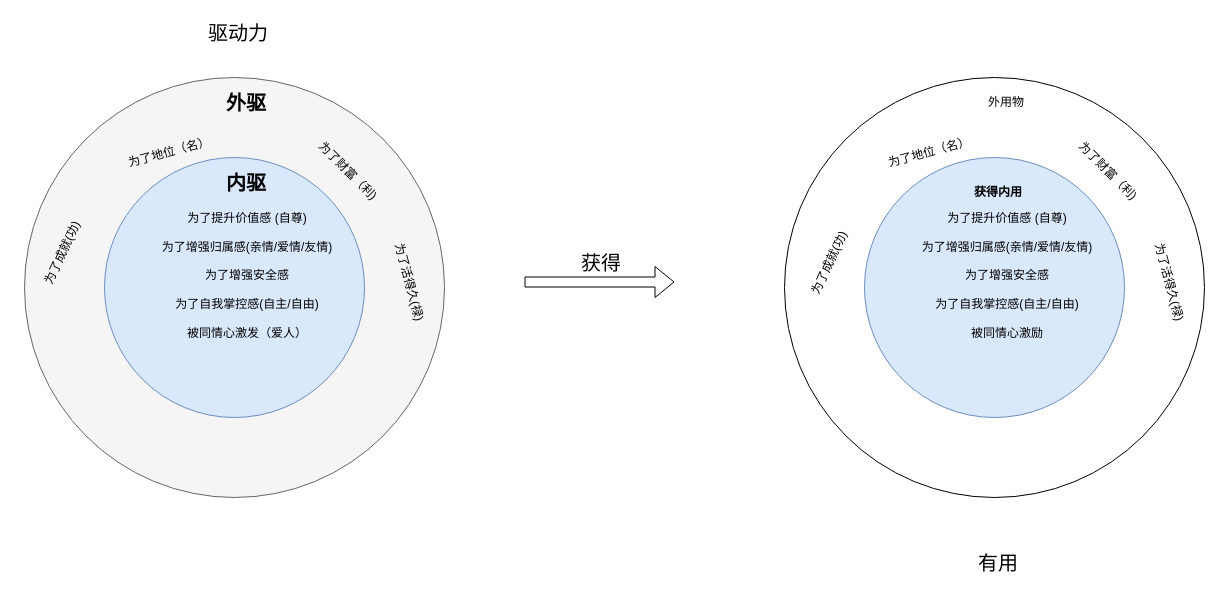
The draw.io diagram page "第 2 页" (2 of 3) of 十日谈.drawio in mashifei/uml, before the edit. Source tidied: cells renumbered, new cells numbered last; positions are measured from the earlier drawing's top-left corner, leaving out a move shared by most shapes. Both pictures are drawn from the tidied source at 100%, with x=0, y=0 at pixel (14, 17).
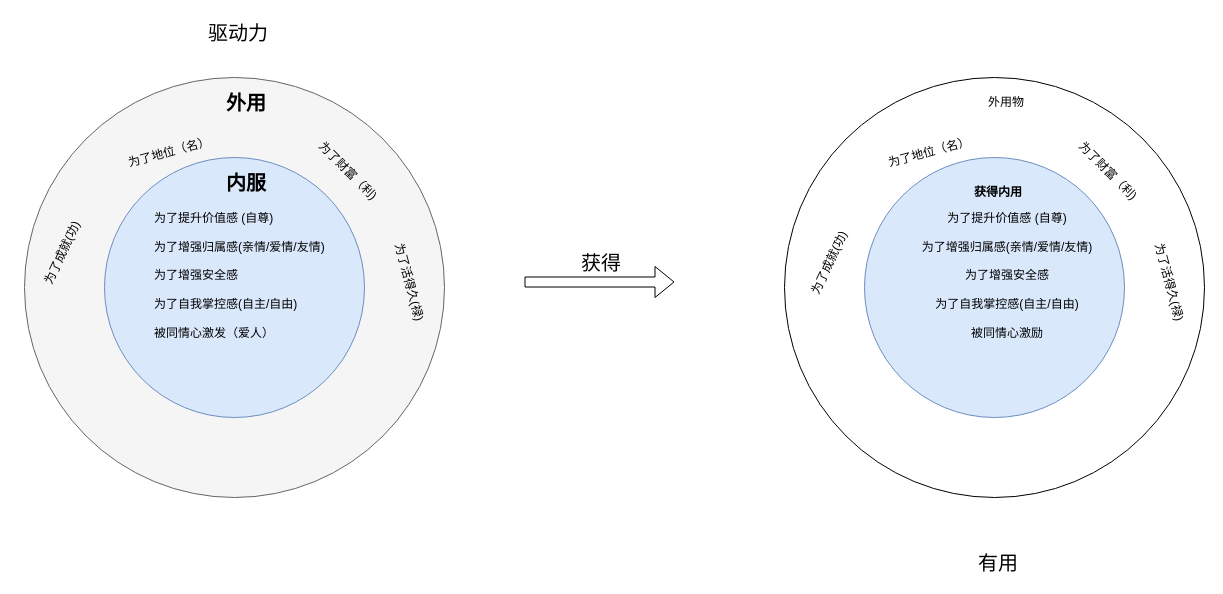
After the change.

Commit message:
更新十日谈.drawio

Change to the diagram source:
```diff
@@
-    <mxCell id="4" value="外驱" style="text;html=1;strokeColor=none;fillColor=none;align=center;verticalAlign=middle;whiteSpace=wrap;rounded=0;fontStyle=1;fontSize=20;" parent="1" vertex="1">
+    <mxCell id="4" value="外用" style="text;html=1;strokeColor=none;fillColor=none;align=center;verticalAlign=middle;whiteSpace=wrap;rounded=0;fontStyle=1;fontSize=20;" parent="1" vertex="1">
       <mxGeometry x="183" y="70" width="98" height="30" as="geometry" />
     </mxCell>
-    <mxCell id="5" value="内驱" style="text;html=1;strokeColor=none;fillColor=none;align=center;verticalAlign=middle;whiteSpace=wrap;rounded=0;fontStyle=1;fontSize=20;" parent="1" vertex="1">
+    <mxCell id="5" value="内服" style="text;html=1;strokeColor=none;fillColor=none;align=center;verticalAlign=middle;whiteSpace=wrap;rounded=0;fontStyle=1;fontSize=20;" parent="1" vertex="1">
       <mxGeometry x="183" y="150" width="98" height="30" as="geometry" />
     </mxCell>
-    <mxCell id="6" value="为了提升价值感 (自尊)&lt;br&gt;&lt;br&gt;为了增强归属感(亲情/爱情/友情)&lt;br&gt;&lt;br&gt;为了增强安全感&lt;br&gt;&lt;br&gt;为了自我掌控感(自主/自由)&lt;br&gt;&lt;br&gt;被同情心激发（爱人）" style="text;html=1;strokeColor=none;fillColor=none;align=center;verticalAlign=middle;whiteSpace=wrap;rounded=0;strokeWidth=2;horizontal=1;spacingTop=5;spacing=4;spacingLeft=2;" parent="1" vertex="1">
+    <mxCell id="6" value="为了提升价值感 (自尊)&lt;br&gt;&lt;br&gt;为了增强归属感(亲情/爱情/友情)&lt;br&gt;&lt;br&gt;为了增强安全感&lt;br&gt;&lt;br&gt;为了自我掌控感(自主/自由)&lt;br&gt;&lt;br&gt;被同情心激发（爱人）" style="text;html=1;strokeColor=none;fillColor=none;align=left;verticalAlign=middle;whiteSpace=wrap;rounded=0;strokeWidth=2;horizontal=1;spacingTop=5;spacing=4;spacingLeft=2;" parent="1" vertex="1">
       <mxGeometry x="134" y="190" width="196" height="130" as="geometry" />
     </mxCell>
```
